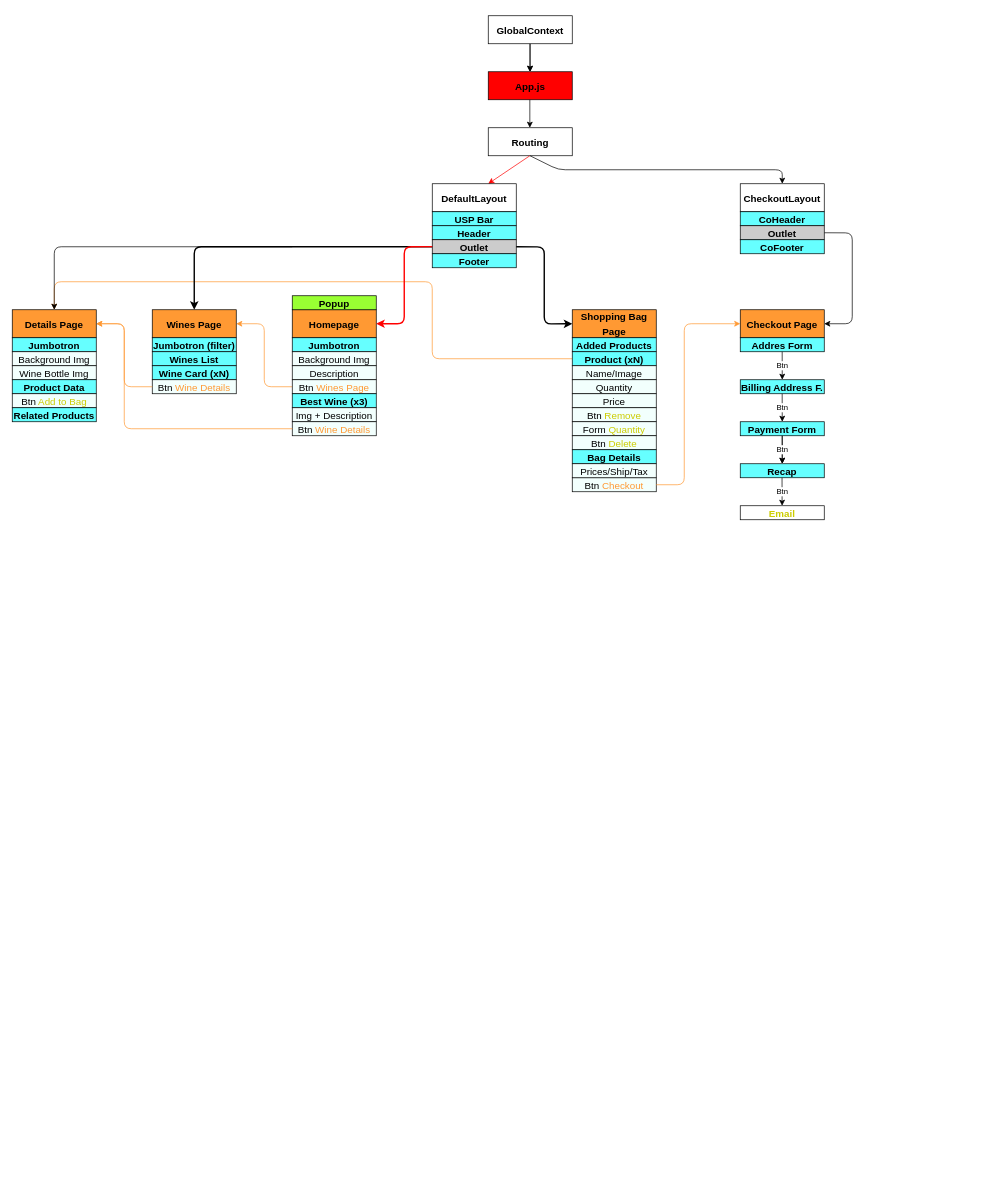
This is BoolShop.drawio from DanieleGattuso/BoolShop, a draw.io file, before an edit. Source tidied: cells renumbered, new cells numbered last; positions are measured from the earlier drawing's top-left corner, leaving out a move shared by most shapes. Both pictures are drawn from the tidied source at 70%, with x=0, y=0 at pixel (12, 15).
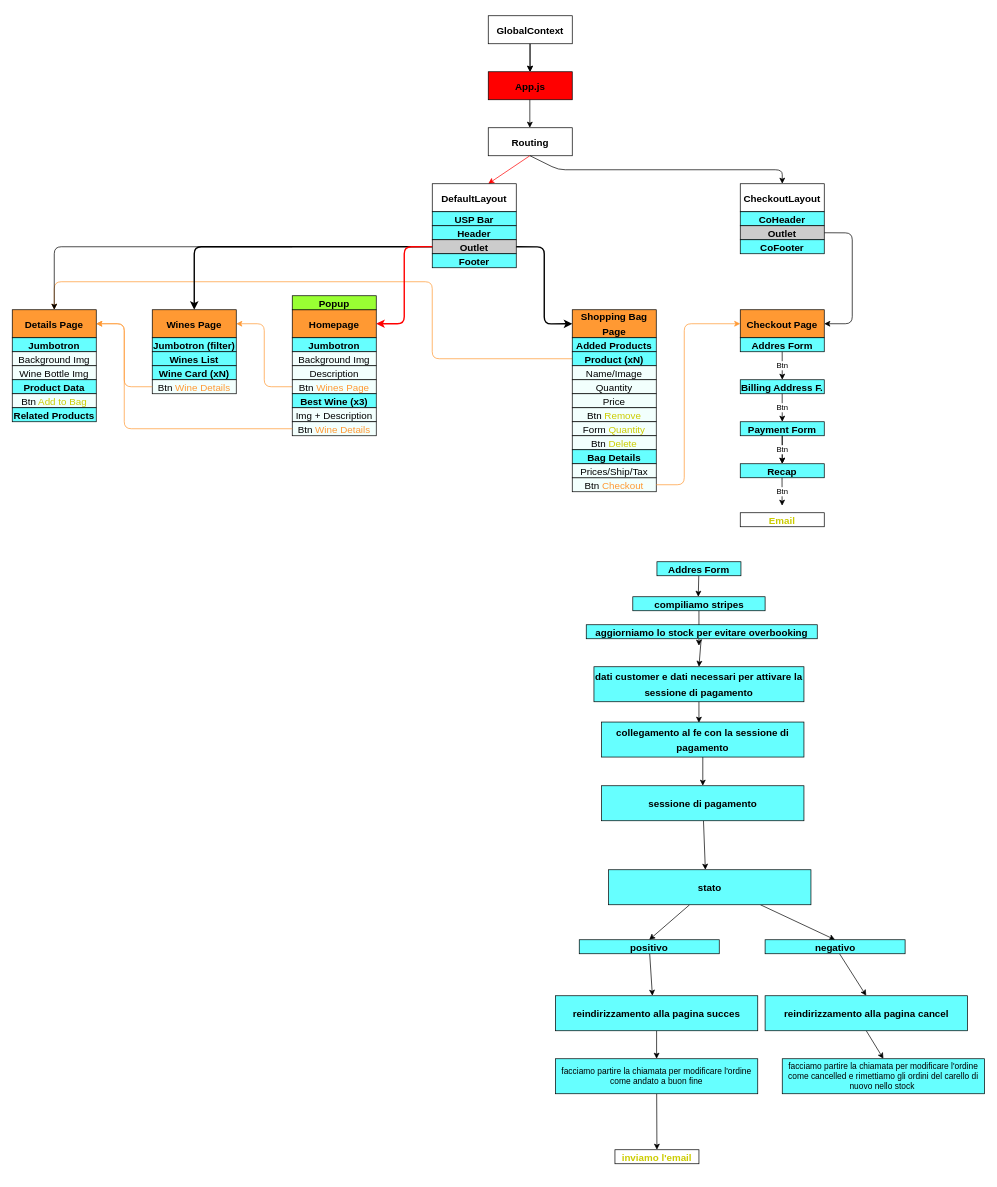
The same diagram, later.

Commit message (it also covers changes not shown here):
feat: add validCountries module with a comprehensive list of countries

What changed in the source:
```diff
@@
     <mxCell id="75" value="&lt;h2&gt;&lt;span style=&quot;font-size: 14px;&quot;&gt;&lt;font style=&quot;color: rgb(204, 204, 0);&quot;&gt;Email&lt;/font&gt;&lt;/span&gt;&lt;/h2&gt;" style="rounded=0;whiteSpace=wrap;html=1;fillColor=#FFFFFF;strokeColor=#000000;" parent="1" vertex="1">
-      <mxGeometry x="1040" y="700" width="120" height="20" as="geometry" />
+      <mxGeometry x="1040" y="710" width="120" height="20" as="geometry" />
     </mxCell>
@@
+    <mxCell id="77" style="edgeStyle=none;html=1;" parent="1" edge="1" source="78">
+      <mxGeometry relative="1" as="geometry">
+        <mxPoint x="980" y="830" as="targetPoint" />
+      </mxGeometry>
+    </mxCell>
+    <mxCell id="78" value="&lt;h2&gt;&lt;span style=&quot;font-size: 14px;&quot;&gt;Addres Form&lt;/span&gt;&lt;/h2&gt;" style="rounded=0;whiteSpace=wrap;html=1;fillColor=#66FFFF;strokeColor=#000000;" parent="1" vertex="1">
+      <mxGeometry x="921" y="780" width="120" height="20" as="geometry" />
+    </mxCell>
+    <mxCell id="79" style="edgeStyle=none;html=1;" parent="1" edge="1" source="80">
+      <mxGeometry relative="1" as="geometry">
+        <mxPoint x="981" y="900" as="targetPoint" />
+      </mxGeometry>
+    </mxCell>
+    <mxCell id="80" value="&lt;h2&gt;&lt;span style=&quot;font-size: 14px;&quot;&gt;compiliamo stripes&lt;/span&gt;&lt;/h2&gt;" style="rounded=0;whiteSpace=wrap;html=1;fillColor=#66FFFF;strokeColor=#000000;" parent="1" vertex="1">
+      <mxGeometry x="886.5" y="830" width="189" height="20" as="geometry" />
+    </mxCell>
+    <mxCell id="81" style="edgeStyle=none;html=1;" parent="1" edge="1" source="82">
+      <mxGeometry relative="1" as="geometry">
+        <mxPoint x="981" y="1010" as="targetPoint" />
+      </mxGeometry>
+    </mxCell>
+    <mxCell id="82" value="&lt;h2&gt;&lt;span style=&quot;font-size: 14px;&quot;&gt;dati customer e dati necessari per attivare la sessione di pagamento&lt;/span&gt;&lt;/h2&gt;" style="rounded=0;whiteSpace=wrap;html=1;fillColor=#66FFFF;strokeColor=#000000;" parent="1" vertex="1">
+      <mxGeometry x="831" y="930" width="300" height="50" as="geometry" />
+    </mxCell>
+    <mxCell id="83" style="edgeStyle=none;html=1;" parent="1" edge="1" source="84">
+      <mxGeometry relative="1" as="geometry">
+        <mxPoint x="986.5" y="1100" as="targetPoint" />
+      </mxGeometry>
+    </mxCell>
+    <mxCell id="84" value="&lt;h2&gt;&lt;span style=&quot;font-size: 14px;&quot;&gt;collegamento al fe con la sessione di pagamento&lt;/span&gt;&lt;/h2&gt;" style="rounded=0;whiteSpace=wrap;html=1;fillColor=#66FFFF;strokeColor=#000000;" parent="1" vertex="1">
+      <mxGeometry x="842" y="1009" width="289" height="50" as="geometry" />
+    </mxCell>
+    <mxCell id="85" value="&lt;h2&gt;&lt;span style=&quot;font-size: 14px;&quot;&gt;&lt;font style=&quot;color: rgb(204, 204, 0);&quot;&gt;inviamo l'email&lt;/font&gt;&lt;/span&gt;&lt;/h2&gt;" style="rounded=0;whiteSpace=wrap;html=1;fillColor=#FFFFFF;strokeColor=#000000;" parent="1" vertex="1">
+      <mxGeometry x="861" y="1620" width="120" height="20" as="geometry" />
+    </mxCell>
+    <mxCell id="86" style="edgeStyle=none;html=1;entryX=0.478;entryY=0;entryDx=0;entryDy=0;entryPerimeter=0;" parent="1" edge="1" source="87" target="90">
+      <mxGeometry relative="1" as="geometry" />
+    </mxCell>
+    <mxCell id="87" value="&lt;h2&gt;&lt;span style=&quot;font-size: 14px;&quot;&gt;sessione di pagamento&lt;/span&gt;&lt;/h2&gt;" style="rounded=0;whiteSpace=wrap;html=1;fillColor=#66FFFF;strokeColor=#000000;" parent="1" vertex="1">
+      <mxGeometry x="842" y="1100" width="289" height="50" as="geometry" />
+    </mxCell>
+    <mxCell id="88" style="edgeStyle=none;html=1;entryX=0.5;entryY=0;entryDx=0;entryDy=0;" parent="1" edge="1" source="90" target="92">
+      <mxGeometry relative="1" as="geometry" />
+    </mxCell>
+    <mxCell id="89" style="edgeStyle=none;html=1;exitX=0.75;exitY=1;exitDx=0;exitDy=0;entryX=0.5;entryY=0;entryDx=0;entryDy=0;" parent="1" edge="1" source="90" target="100">
+      <mxGeometry relative="1" as="geometry" />
+    </mxCell>
+    <mxCell id="90" value="&lt;h2&gt;&lt;span style=&quot;font-size: 14px;&quot;&gt;stato&lt;/span&gt;&lt;/h2&gt;" style="rounded=0;whiteSpace=wrap;html=1;fillColor=#66FFFF;strokeColor=#000000;" parent="1" vertex="1">
+      <mxGeometry x="852" y="1220" width="289" height="50" as="geometry" />
+    </mxCell>
+    <mxCell id="91" style="edgeStyle=none;html=1;" parent="1" edge="1" source="92">
+      <mxGeometry relative="1" as="geometry">
+        <mxPoint x="914.5" y="1400" as="targetPoint" />
+      </mxGeometry>
+    </mxCell>
+    <mxCell id="92" value="&lt;h2&gt;&lt;span style=&quot;font-size: 14px;&quot;&gt;positivo&lt;/span&gt;&lt;/h2&gt;" style="rounded=0;whiteSpace=wrap;html=1;fillColor=#66FFFF;strokeColor=#000000;" parent="1" vertex="1">
+      <mxGeometry x="810" y="1320" width="200" height="20" as="geometry" />
+    </mxCell>
+    <mxCell id="93" style="edgeStyle=none;html=1;" parent="1" edge="1" source="94">
+      <mxGeometry relative="1" as="geometry">
+        <mxPoint x="920.5" y="1490" as="targetPoint" />
+      </mxGeometry>
+    </mxCell>
+    <mxCell id="94" value="&lt;h2&gt;&lt;span style=&quot;font-size: 14px;&quot;&gt;reindirizzamento alla pagina succes&lt;/span&gt;&lt;/h2&gt;" style="rounded=0;whiteSpace=wrap;html=1;fillColor=#66FFFF;strokeColor=#000000;" parent="1" vertex="1">
+      <mxGeometry x="776" y="1400" width="289" height="50" as="geometry" />
+    </mxCell>
+    <mxCell id="95" style="edgeStyle=none;html=1;" parent="1" edge="1" source="96" target="85">
+      <mxGeometry relative="1" as="geometry" />
+    </mxCell>
+    <mxCell id="96" value="facciamo partire la chiamata per modificare l'ordine come andato a buon fine" style="rounded=0;whiteSpace=wrap;html=1;fillColor=#66FFFF;strokeColor=#000000;" parent="1" vertex="1">
+      <mxGeometry x="776" y="1490" width="289" height="50" as="geometry" />
+    </mxCell>
+    <mxCell id="97" style="edgeStyle=none;html=1;entryX=0.5;entryY=0;entryDx=0;entryDy=0;" parent="1" edge="1" source="98" target="82">
+      <mxGeometry relative="1" as="geometry" />
+    </mxCell>
+    <mxCell id="98" value="&lt;h2&gt;&lt;span style=&quot;font-size: 14px;&quot;&gt;aggiorniamo lo stock per evitare overbooking&lt;/span&gt;&lt;/h2&gt;" style="rounded=0;whiteSpace=wrap;html=1;fillColor=#66FFFF;strokeColor=#000000;" parent="1" vertex="1">
+      <mxGeometry x="820" y="870" width="330" height="20" as="geometry" />
+    </mxCell>
+    <mxCell id="99" style="edgeStyle=none;html=1;entryX=0.5;entryY=0;entryDx=0;entryDy=0;" parent="1" edge="1" source="100" target="102">
+      <mxGeometry relative="1" as="geometry" />
+    </mxCell>
+    <mxCell id="100" value="&lt;h2&gt;&lt;span style=&quot;font-size: 14px;&quot;&gt;negativo&lt;/span&gt;&lt;/h2&gt;" style="rounded=0;whiteSpace=wrap;html=1;fillColor=#66FFFF;strokeColor=#000000;" parent="1" vertex="1">
+      <mxGeometry x="1075.5" y="1320" width="200" height="20" as="geometry" />
+    </mxCell>
+    <mxCell id="101" style="edgeStyle=none;html=1;exitX=0.5;exitY=1;exitDx=0;exitDy=0;entryX=0.5;entryY=0;entryDx=0;entryDy=0;" parent="1" edge="1" source="102" target="103">
+      <mxGeometry relative="1" as="geometry" />
+    </mxCell>
+    <mxCell id="102" value="&lt;h2&gt;&lt;span style=&quot;font-size: 14px;&quot;&gt;reindirizzamento alla pagina cancel&lt;/span&gt;&lt;/h2&gt;" style="rounded=0;whiteSpace=wrap;html=1;fillColor=#66FFFF;strokeColor=#000000;" parent="1" vertex="1">
+      <mxGeometry x="1075.5" y="1400" width="289" height="50" as="geometry" />
+    </mxCell>
+    <mxCell id="103" value="facciamo partire la chiamata per modificare l'ordine come cancelled e rimettiamo gli ordini del carello di nuovo nello stock&amp;nbsp;" style="rounded=0;whiteSpace=wrap;html=1;fillColor=#66FFFF;strokeColor=#000000;" parent="1" vertex="1">
+      <mxGeometry x="1100" y="1490" width="289" height="50" as="geometry" />
+    </mxCell>
```
